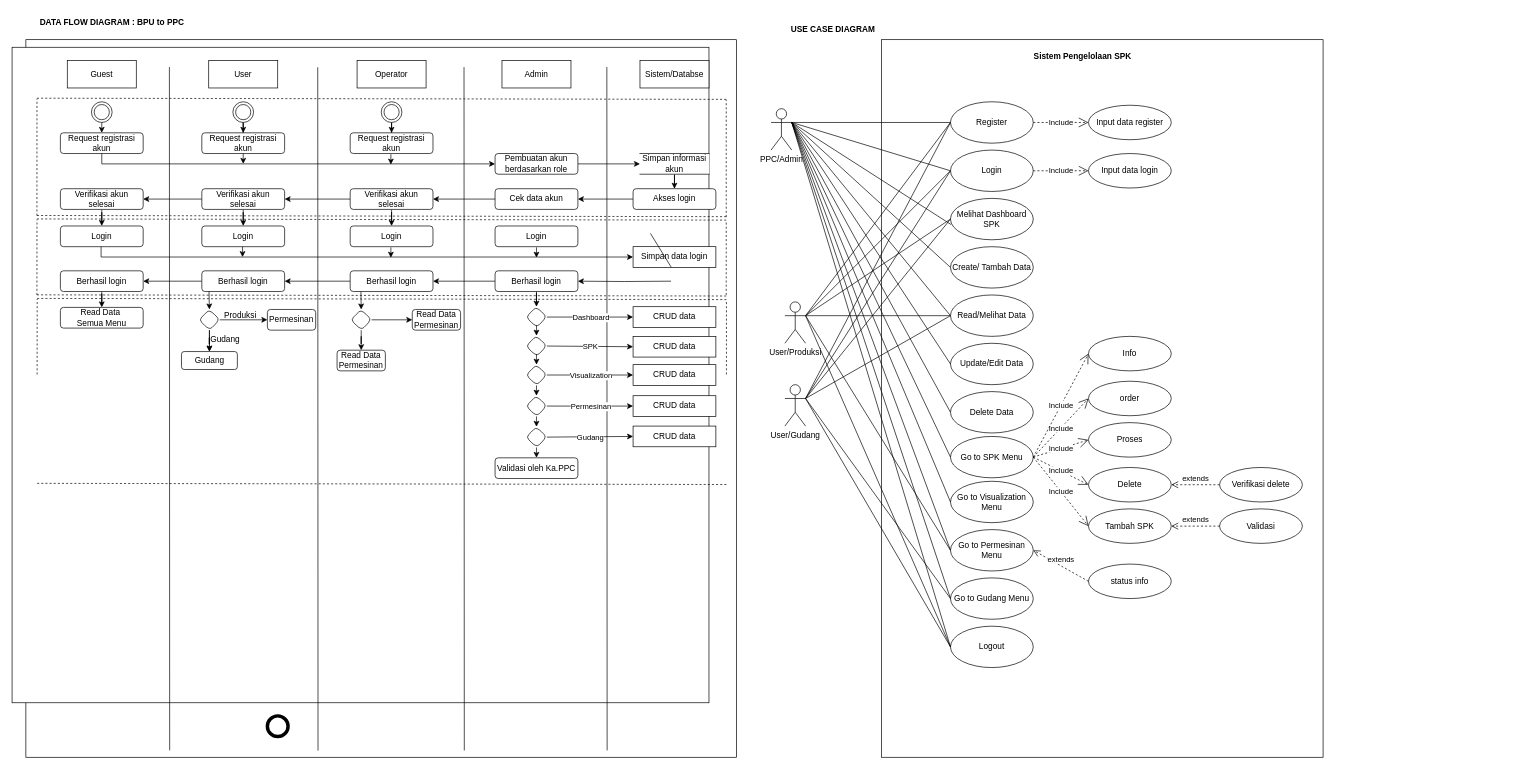
Before: UCD progres rev.drawio in rdhst/ena-me-project, a draw.io diagram. Source tidied: cells renumbered, new cells numbered last; positions are measured from the earlier drawing's top-left corner, leaving out a move shared by most shapes. Both pictures are drawn from the tidied source at 69%, with x=0, y=0 at pixel (12, 12).
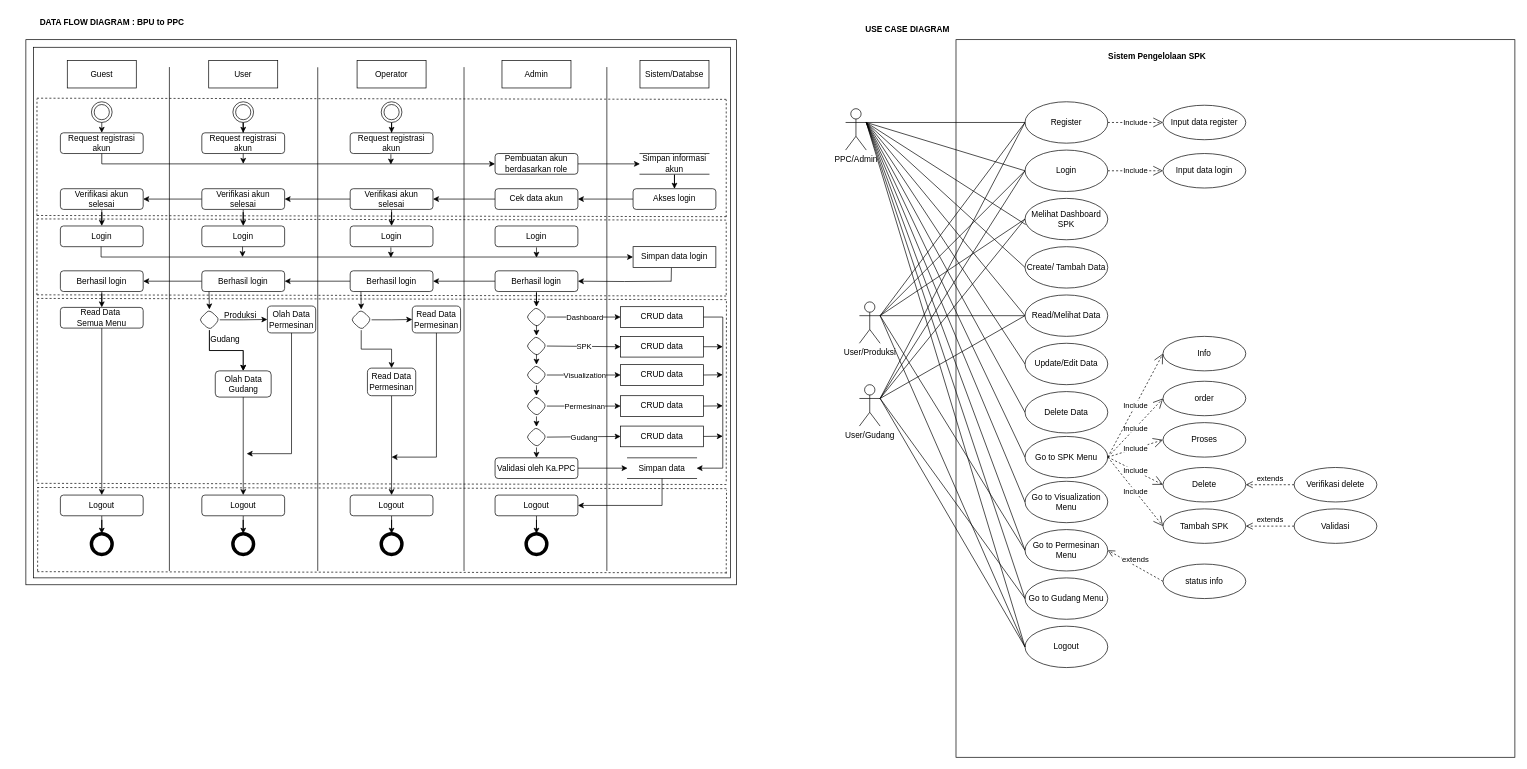
The same page after the edit.

Unchanged cells that the change refers to:
```xml
<mxCell id="121" value="Simpan data login" style="rounded=0;whiteSpace=wrap;html=1;" parent="1" vertex="1">
  <mxGeometry x="900" y="340" width="120" height="30" as="geometry" />
</mxCell>
<mxCell id="163" value="Validasi oleh Ka.PPC" style="rounded=1;whiteSpace=wrap;html=1;" parent="1" vertex="1">
  <mxGeometry x="700" y="646" width="120" height="30" as="geometry" />
</mxCell>
<mxCell id="164" value="Read Data&amp;nbsp;&lt;div&gt;Semua Menu&lt;/div&gt;" style="rounded=1;whiteSpace=wrap;html=1;" parent="1" vertex="1">
  <mxGeometry x="70" y="428" width="120" height="30" as="geometry" />
</mxCell>
```

The edit, as a diff of the source:
```diff
@@
     <mxCell id="2" style="rounded=0;whiteSpace=wrap;html=1;" parent="1" vertex="1">
-      <mxGeometry x="1260" y="40" width="640" height="1040" as="geometry" />
+      <mxGeometry x="1368" y="40" width="810" height="1040" as="geometry" />
     </mxCell>
     <mxCell id="3" value="USE CASE DIAGRAM" style="text;html=1;align=center;verticalAlign=middle;whiteSpace=wrap;rounded=0;fontStyle=1;" parent="1" vertex="1">
-      <mxGeometry x="1120" y="10" width="140" height="30" as="geometry" />
+      <mxGeometry x="1228" y="10" width="140" height="30" as="geometry" />
     </mxCell>
     <mxCell id="4" value="PPC/Admin" style="shape=umlActor;verticalLabelPosition=bottom;verticalAlign=top;html=1;outlineConnect=0;" parent="1" vertex="1">
-      <mxGeometry x="1100" y="140" width="30" height="60" as="geometry" />
+      <mxGeometry x="1208" y="140" width="30" height="60" as="geometry" />
     </mxCell>
     <mxCell id="5" value="&amp;nbsp;Sistem Pengelolaan SPK" style="text;html=1;align=center;verticalAlign=middle;whiteSpace=wrap;rounded=0;fontStyle=1;" parent="1" vertex="1">
-      <mxGeometry x="1460" y="50" width="180" height="30" as="geometry" />
+      <mxGeometry x="1568" y="50" width="180" height="30" as="geometry" />
     </mxCell>
     <mxCell id="6" value="Login" style="ellipse;whiteSpace=wrap;html=1;" parent="1" vertex="1">
-      <mxGeometry x="1360" y="200" width="120" height="60" as="geometry" />
+      <mxGeometry x="1468" y="200" width="120" height="60" as="geometry" />
     </mxCell>
     <mxCell id="7" value="Input data login" style="ellipse;whiteSpace=wrap;html=1;" parent="1" vertex="1">
-      <mxGeometry x="1560" y="205" width="120" height="50" as="geometry" />
+      <mxGeometry x="1668" y="205" width="120" height="50" as="geometry" />
     </mxCell>
     <mxCell id="8" value="Register" style="ellipse;whiteSpace=wrap;html=1;" parent="1" vertex="1">
-      <mxGeometry x="1360" y="130" width="120" height="60" as="geometry" />
+      <mxGeometry x="1468" y="130" width="120" height="60" as="geometry" />
     </mxCell>
     <mxCell id="9" value="Melihat Dashboard SPK" style="ellipse;whiteSpace=wrap;html=1;" parent="1" vertex="1">
-      <mxGeometry x="1360" y="270" width="120" height="60" as="geometry" />
+      <mxGeometry x="1468" y="270" width="120" height="60" as="geometry" />
     </mxCell>
     <mxCell id="10" value="Create/ Tambah Data" style="ellipse;whiteSpace=wrap;html=1;" parent="1" vertex="1">
-      <mxGeometry x="1360" y="340" width="120" height="60" as="geometry" />
+      <mxGeometry x="1468" y="340" width="120" height="60" as="geometry" />
     </mxCell>
     <mxCell id="11" value="Logout" style="ellipse;whiteSpace=wrap;html=1;" parent="1" vertex="1">
-      <mxGeometry x="1360" y="890" width="120" height="60" as="geometry" />
+      <mxGeometry x="1468" y="890" width="120" height="60" as="geometry" />
     </mxCell>
     <mxCell id="12" value="Read/Melihat Data" style="ellipse;whiteSpace=wrap;html=1;" parent="1" vertex="1">
-      <mxGeometry x="1360" y="410" width="120" height="60" as="geometry" />
+      <mxGeometry x="1468" y="410" width="120" height="60" as="geometry" />
     </mxCell>
     <mxCell id="13" value="Update/Edit Data" style="ellipse;whiteSpace=wrap;html=1;" parent="1" vertex="1">
-      <mxGeometry x="1360" y="480" width="120" height="60" as="geometry" />
+      <mxGeometry x="1468" y="480" width="120" height="60" as="geometry" />
     </mxCell>
     <mxCell id="14" value="Delete Data" style="ellipse;whiteSpace=wrap;html=1;" parent="1" vertex="1">
-      <mxGeometry x="1360" y="550" width="120" height="60" as="geometry" />
+      <mxGeometry x="1468" y="550" width="120" height="60" as="geometry" />
     </mxCell>
     <mxCell id="15" value="Go to SPK Menu" style="ellipse;whiteSpace=wrap;html=1;" parent="1" vertex="1">
-      <mxGeometry x="1360" y="615" width="120" height="60" as="geometry" />
+      <mxGeometry x="1468" y="615" width="120" height="60" as="geometry" />
     </mxCell>
     <mxCell id="16" value="Go to Visualization Menu" style="ellipse;whiteSpace=wrap;html=1;" parent="1" vertex="1">
-      <mxGeometry x="1360" y="680" width="120" height="60" as="geometry" />
+      <mxGeometry x="1468" y="680" width="120" height="60" as="geometry" />
     </mxCell>
     <mxCell id="17" value="Go to Permesinan Menu" style="ellipse;whiteSpace=wrap;html=1;" parent="1" vertex="1">
-      <mxGeometry x="1360" y="750" width="120" height="60" as="geometry" />
+      <mxGeometry x="1468" y="750" width="120" height="60" as="geometry" />
     </mxCell>
     <mxCell id="18" value="Go to Gudang Menu" style="ellipse;whiteSpace=wrap;html=1;" parent="1" vertex="1">
-      <mxGeometry x="1360" y="820" width="120" height="60" as="geometry" />
+      <mxGeometry x="1468" y="820" width="120" height="60" as="geometry" />
     </mxCell>
     <mxCell id="19" value="Input data register" style="ellipse;whiteSpace=wrap;html=1;" parent="1" vertex="1">
-      <mxGeometry x="1560" y="135" width="120" height="50" as="geometry" />
+      <mxGeometry x="1668" y="135" width="120" height="50" as="geometry" />
     </mxCell>
@@
     <mxCell id="34" value="User/Produksi" style="shape=umlActor;verticalLabelPosition=bottom;verticalAlign=top;html=1;" parent="1" vertex="1">
-      <mxGeometry x="1120" y="420" width="30" height="60" as="geometry" />
+      <mxGeometry x="1228" y="420" width="30" height="60" as="geometry" />
     </mxCell>
@@
     <mxCell id="41" value="User/Gudang" style="shape=umlActor;verticalLabelPosition=bottom;verticalAlign=top;html=1;" parent="1" vertex="1">
-      <mxGeometry x="1120" y="540" width="30" height="60" as="geometry" />
+      <mxGeometry x="1228" y="540" width="30" height="60" as="geometry" />
     </mxCell>
@@
     <mxCell id="48" value="order" style="ellipse;whiteSpace=wrap;html=1;" parent="1" vertex="1">
-      <mxGeometry x="1560" y="535" width="120" height="50" as="geometry" />
+      <mxGeometry x="1668" y="535" width="120" height="50" as="geometry" />
     </mxCell>
     <mxCell id="49" value="Include" style="endArrow=open;endSize=12;dashed=1;html=1;rounded=0;exitX=1;exitY=0.5;exitDx=0;exitDy=0;entryX=0;entryY=0.5;entryDx=0;entryDy=0;" parent="1" edge="1" target="48">
       <mxGeometry relative="1" as="geometry">
-        <mxPoint x="1480" y="645" as="sourcePoint" />
+        <mxPoint x="1588" y="645" as="sourcePoint" />
       </mxGeometry>
     </mxCell>
     <mxCell id="50" value="Proses" style="ellipse;whiteSpace=wrap;html=1;" parent="1" vertex="1">
-      <mxGeometry x="1560" y="595" width="120" height="50" as="geometry" />
+      <mxGeometry x="1668" y="595" width="120" height="50" as="geometry" />
     </mxCell>
@@
     <mxCell id="52" value="Info" style="ellipse;whiteSpace=wrap;html=1;" parent="1" vertex="1">
-      <mxGeometry x="1560" y="470" width="120" height="50" as="geometry" />
+      <mxGeometry x="1668" y="470" width="120" height="50" as="geometry" />
     </mxCell>
@@
     <mxCell id="54" value="Delete" style="ellipse;whiteSpace=wrap;html=1;" parent="1" vertex="1">
-      <mxGeometry x="1560" y="660" width="120" height="50" as="geometry" />
+      <mxGeometry x="1668" y="660" width="120" height="50" as="geometry" />
     </mxCell>
@@
     <mxCell id="56" value="Tambah SPK" style="ellipse;whiteSpace=wrap;html=1;" parent="1" vertex="1">
-      <mxGeometry x="1560" y="720" width="120" height="50" as="geometry" />
+      <mxGeometry x="1668" y="720" width="120" height="50" as="geometry" />
     </mxCell>
@@
     <mxCell id="58" value="Validasi" style="ellipse;whiteSpace=wrap;html=1;" parent="1" vertex="1">
-      <mxGeometry x="1750" y="720" width="120" height="50" as="geometry" />
+      <mxGeometry x="1858" y="720" width="120" height="50" as="geometry" />
     </mxCell>
@@
     <mxCell id="60" value="status info" style="ellipse;whiteSpace=wrap;html=1;" parent="1" vertex="1">
-      <mxGeometry x="1560" y="800" width="120" height="50" as="geometry" />
+      <mxGeometry x="1668" y="800" width="120" height="50" as="geometry" />
     </mxCell>
@@
     <mxCell id="62" value="Verifikasi delete" style="ellipse;whiteSpace=wrap;html=1;" parent="1" vertex="1">
-      <mxGeometry x="1750" y="660" width="120" height="50" as="geometry" />
+      <mxGeometry x="1858" y="660" width="120" height="50" as="geometry" />
     </mxCell>
@@
     <mxCell id="65" style="rounded=0;whiteSpace=wrap;html=1;" parent="1" vertex="1">
-      <mxGeometry x="20" y="40" width="1030" height="1040" as="geometry" />
+      <mxGeometry x="20" y="40" width="1030" height="790" as="geometry" />
     </mxCell>
     <mxCell id="66" style="rounded=0;whiteSpace=wrap;html=1;" parent="1" vertex="1">
-      <mxGeometry y="51" width="1010" height="950" as="geometry" />
+      <mxGeometry x="31" y="51" width="1010" height="769" as="geometry" />
     </mxCell>
@@
     <mxCell id="70" style="shape=ellipse;html=1;dashed=0;whiteSpace=wrap;strokeWidth=5;perimeter=ellipsePerimeter;" parent="1" vertex="1">
-      <mxGeometry x="370" y="1020" width="30" height="30" as="geometry" />
+      <mxGeometry x="115" y="756" width="30" height="30" as="geometry" />
     </mxCell>
@@
     <mxCell id="73" style="endArrow=none;html=1;rounded=0;entryX=0.289;entryY=0.067;entryDx=0;entryDy=0;entryPerimeter=0;" parent="1" edge="1">
       <mxGeometry relative="1" as="geometry">
-        <mxPoint x="443.4" y="1070.3" as="sourcePoint" />
+        <mxPoint x="443" y="810" as="sourcePoint" />
         <mxPoint x="443" y="80" as="targetPoint" />
       </mxGeometry>
     </mxCell>
     <mxCell id="74" style="endArrow=none;html=1;rounded=0;entryX=0.289;entryY=0.067;entryDx=0;entryDy=0;entryPerimeter=0;" parent="1" edge="1">
       <mxGeometry relative="1" as="geometry">
-        <mxPoint x="862.4" y="1070" as="sourcePoint" />
+        <mxPoint x="862" y="810" as="sourcePoint" />
         <mxPoint x="862" y="79.7" as="targetPoint" />
       </mxGeometry>
     </mxCell>
@@
     <mxCell id="76" style="endArrow=none;html=1;rounded=0;entryX=0.289;entryY=0.067;entryDx=0;entryDy=0;entryPerimeter=0;" parent="1" edge="1">
       <mxGeometry relative="1" as="geometry">
-        <mxPoint x="655.4" y="1070.2" as="sourcePoint" />
+        <mxPoint x="655" y="810" as="sourcePoint" />
         <mxPoint x="655" y="79.8" as="targetPoint" />
       </mxGeometry>
     </mxCell>
@@
     <mxCell id="78" style="endArrow=none;html=1;rounded=0;entryX=0.289;entryY=0.067;entryDx=0;entryDy=0;entryPerimeter=0;" parent="1" edge="1">
       <mxGeometry relative="1" as="geometry">
-        <mxPoint x="228.4" y="1070" as="sourcePoint" />
+        <mxPoint x="228" y="810" as="sourcePoint" />
         <mxPoint x="228" y="79.7" as="targetPoint" />
       </mxGeometry>
     </mxCell>
@@
-    <mxCell id="126" style="endArrow=none;html=1;rounded=0;entryX=0.46;entryY=0.987;entryDx=0;entryDy=0;entryPerimeter=0;exitX=0.916;exitY=0.284;exitDx=0;exitDy=0;exitPerimeter=0;" parent="1" edge="1" source="66" target="121">
-      <mxGeometry relative="1" as="geometry" />
+    <mxCell id="126" style="endArrow=none;html=1;rounded=0;entryX=0.46;entryY=0.987;entryDx=0;entryDy=0;entryPerimeter=0;exitX=0.463;exitY=1.027;exitDx=0;exitDy=0;exitPerimeter=0;" parent="1" edge="1" source="121">
+      <mxGeometry relative="1" as="geometry">
+        <mxPoint x="955.2" y="390.6" as="targetPoint" />
+      </mxGeometry>
     </mxCell>
@@
     <mxCell id="134" style="endArrow=none;dashed=1;html=1;rounded=0;entryX=0.01;entryY=0.011;entryDx=0;entryDy=0;entryPerimeter=0;" parent="1" edge="1">
       <mxGeometry relative="1" as="geometry">
-        <mxPoint x="36.3" y="525.2" as="sourcePoint" />
+        <mxPoint x="36" y="680" as="sourcePoint" />
         <mxPoint x="36.4" y="415.7" as="targetPoint" />
       </mxGeometry>
     </mxCell>
     <mxCell id="135" style="endArrow=none;dashed=1;html=1;rounded=0;entryX=0.01;entryY=0.011;entryDx=0;entryDy=0;entryPerimeter=0;" parent="1" edge="1">
       <mxGeometry relative="1" as="geometry">
-        <mxPoint x="1035.3" y="525.2" as="sourcePoint" />
+        <mxPoint x="1035" y="680" as="sourcePoint" />
         <mxPoint x="1035.3" y="417.2" as="targetPoint" />
       </mxGeometry>
     </mxCell>
@@
     <mxCell id="141" value="CRUD data" style="rounded=0;whiteSpace=wrap;html=1;" parent="1" vertex="1">
-      <mxGeometry x="900" y="427" width="120" height="30" as="geometry" />
+      <mxGeometry x="882" y="427" width="120" height="30" as="geometry" />
     </mxCell>
@@
     <mxCell id="144" value="CRUD data" style="rounded=0;whiteSpace=wrap;html=1;" parent="1" vertex="1">
-      <mxGeometry x="900" y="470" width="120" height="30" as="geometry" />
+      <mxGeometry x="882" y="470" width="120" height="30" as="geometry" />
     </mxCell>
@@
     <mxCell id="152" value="CRUD data" style="rounded=0;whiteSpace=wrap;html=1;" parent="1" vertex="1">
-      <mxGeometry x="900" y="511" width="120" height="30" as="geometry" />
+      <mxGeometry x="882" y="511" width="120" height="30" as="geometry" />
     </mxCell>
@@
     <mxCell id="156" value="CRUD data" style="rounded=0;whiteSpace=wrap;html=1;" parent="1" vertex="1">
-      <mxGeometry x="900" y="556" width="120" height="30" as="geometry" />
+      <mxGeometry x="882" y="556" width="120" height="30" as="geometry" />
     </mxCell>
@@
     <mxCell id="161" value="CRUD data" style="rounded=0;whiteSpace=wrap;html=1;" parent="1" vertex="1">
-      <mxGeometry x="900" y="600" width="120" height="30" as="geometry" />
+      <mxGeometry x="882" y="600" width="120" height="30" as="geometry" />
     </mxCell>
@@
+    <mxCell id="181" style="edgeStyle=orthogonalEdgeStyle;rounded=0;jettySize=auto;html=1;" parent="1" edge="1" source="163" target="195">
+      <mxGeometry relative="1" as="geometry" />
+    </mxCell>
@@
+    <mxCell id="182" style="edgeStyle=orthogonalEdgeStyle;rounded=0;jettySize=auto;html=1;" parent="1" edge="1" source="164" target="186">
+      <mxGeometry relative="1" as="geometry" />
+    </mxCell>
@@
+    <mxCell id="183" style="edgeStyle=orthogonalEdgeStyle;rounded=0;jettySize=auto;html=1;" parent="1" edge="1" source="169" target="188">
+      <mxGeometry relative="1" as="geometry" />
+    </mxCell>
-    <mxCell id="169" value="Gudang" style="whiteSpace=wrap;html=1;rounded=1;" parent="1" vertex="1">
-      <mxGeometry x="245.5" y="492" width="81" height="26" as="geometry" />
+    <mxCell id="169" value="Olah Data Gudang" style="whiteSpace=wrap;html=1;rounded=1;" parent="1" vertex="1">
+      <mxGeometry x="294.5" y="520" width="81" height="38" as="geometry" />
     </mxCell>
-    <mxCell id="170" value="Permesinan" style="whiteSpace=wrap;html=1;rounded=1;" parent="1" vertex="1">
-      <mxGeometry x="370" y="431" width="70" height="30" as="geometry" />
+    <mxCell id="170" value="Olah Data Permesinan" style="whiteSpace=wrap;html=1;rounded=1;" parent="1" vertex="1">
+      <mxGeometry x="370" y="426" width="70" height="39" as="geometry" />
     </mxCell>
@@
     <mxCell id="179" value="Read Data Permesinan" style="whiteSpace=wrap;html=1;rounded=1;" parent="1" vertex="1">
-      <mxGeometry x="580" y="431" width="70" height="30" as="geometry" />
+      <mxGeometry x="580" y="426" width="70" height="39" as="geometry" />
     </mxCell>
+    <mxCell id="184" style="edgeStyle=orthogonalEdgeStyle;rounded=0;jettySize=auto;html=1;" parent="1" edge="1" source="180" target="190">
+      <mxGeometry relative="1" as="geometry" />
+    </mxCell>
     <mxCell id="180" value="Read Data Permesinan" style="whiteSpace=wrap;html=1;rounded=1;" parent="1" vertex="1">
-      <mxGeometry x="471" y="490" width="70" height="30" as="geometry" />
+      <mxGeometry x="515" y="516" width="70" height="40" as="geometry" />
     </mxCell>
+    <mxCell id="185" style="edgeStyle=orthogonalEdgeStyle;rounded=0;jettySize=auto;html=1;" parent="1" edge="1" source="186" target="70">
+      <mxGeometry relative="1" as="geometry" />
+    </mxCell>
+    <mxCell id="186" value="Logout" style="rounded=1;whiteSpace=wrap;html=1;" parent="1" vertex="1">
+      <mxGeometry x="70" y="700" width="120" height="30" as="geometry" />
+    </mxCell>
+    <mxCell id="187" style="edgeStyle=orthogonalEdgeStyle;rounded=0;jettySize=auto;html=1;" parent="1" edge="1" source="188" target="202">
+      <mxGeometry relative="1" as="geometry" />
+    </mxCell>
+    <mxCell id="188" value="Logout" style="rounded=1;whiteSpace=wrap;html=1;" parent="1" vertex="1">
+      <mxGeometry x="275" y="700" width="120" height="30" as="geometry" />
+    </mxCell>
+    <mxCell id="189" style="edgeStyle=orthogonalEdgeStyle;rounded=0;jettySize=auto;html=1;" parent="1" edge="1" source="190" target="203">
+      <mxGeometry relative="1" as="geometry" />
+    </mxCell>
+    <mxCell id="190" value="Logout" style="rounded=1;whiteSpace=wrap;html=1;" parent="1" vertex="1">
+      <mxGeometry x="490" y="700" width="120" height="30" as="geometry" />
+    </mxCell>
+    <mxCell id="191" style="edgeStyle=orthogonalEdgeStyle;rounded=0;jettySize=auto;html=1;" parent="1" edge="1" source="192" target="204">
+      <mxGeometry relative="1" as="geometry" />
+    </mxCell>
+    <mxCell id="192" value="Logout" style="rounded=1;whiteSpace=wrap;html=1;" parent="1" vertex="1">
+      <mxGeometry x="700" y="700" width="120" height="30" as="geometry" />
+    </mxCell>
+    <mxCell id="193" style="endArrow=classic;html=1;rounded=0;exitX=0.5;exitY=1;exitDx=0;exitDy=0;" parent="1" edge="1" source="170">
+      <mxGeometry relative="1" as="geometry">
+        <mxPoint x="340" y="640" as="targetPoint" />
+        <Array as="points">
+          <mxPoint x="405" y="640" />
+          <mxPoint x="340" y="640" />
+        </Array>
+      </mxGeometry>
+    </mxCell>
+    <mxCell id="194" style="endArrow=classic;html=1;rounded=0;exitX=0.5;exitY=1;exitDx=0;exitDy=0;" parent="1" edge="1">
+      <mxGeometry relative="1" as="geometry">
+        <mxPoint x="615" y="465" as="sourcePoint" />
+        <mxPoint x="550" y="645" as="targetPoint" />
+        <Array as="points">
+          <mxPoint x="615" y="645" />
+          <mxPoint x="550" y="645" />
+        </Array>
+      </mxGeometry>
+    </mxCell>
+    <mxCell id="195" value="Simpan data" style="html=1;dashed=0;whiteSpace=wrap;shape=partialRectangle;right=0;left=0;" parent="1" vertex="1">
+      <mxGeometry x="892" y="646" width="100" height="30" as="geometry" />
+    </mxCell>
+    <mxCell id="196" style="endArrow=classic;html=1;rounded=0;exitX=1;exitY=0.5;exitDx=0;exitDy=0;entryX=1;entryY=0.5;entryDx=0;entryDy=0;" parent="1" edge="1" source="141" target="195">
+      <mxGeometry relative="1" as="geometry">
+        <Array as="points">
+          <mxPoint x="1030" y="442" />
+          <mxPoint x="1030" y="661" />
+        </Array>
+      </mxGeometry>
+    </mxCell>
+    <mxCell id="197" style="endArrow=classic;html=1;rounded=0;exitX=1;exitY=0.5;exitDx=0;exitDy=0;" parent="1" edge="1" source="144">
+      <mxGeometry relative="1" as="geometry">
+        <mxPoint x="1030" y="485" as="targetPoint" />
+      </mxGeometry>
+    </mxCell>
+    <mxCell id="198" style="endArrow=classic;html=1;rounded=0;exitX=1;exitY=0.5;exitDx=0;exitDy=0;" parent="1" edge="1" source="152">
+      <mxGeometry relative="1" as="geometry">
+        <mxPoint x="1030" y="525.7" as="targetPoint" />
+      </mxGeometry>
+    </mxCell>
+    <mxCell id="199" style="endArrow=classic;html=1;rounded=0;exitX=1;exitY=0.5;exitDx=0;exitDy=0;" parent="1" edge="1">
+      <mxGeometry relative="1" as="geometry">
+        <mxPoint x="1002" y="571" as="sourcePoint" />
+        <mxPoint x="1030" y="570.7" as="targetPoint" />
+      </mxGeometry>
+    </mxCell>
+    <mxCell id="200" style="endArrow=classic;html=1;rounded=0;exitX=1;exitY=0.5;exitDx=0;exitDy=0;" parent="1" edge="1">
+      <mxGeometry relative="1" as="geometry">
+        <mxPoint x="1002" y="615" as="sourcePoint" />
+        <mxPoint x="1030" y="614.7" as="targetPoint" />
+      </mxGeometry>
+    </mxCell>
+    <mxCell id="201" style="endArrow=classic;html=1;rounded=0;entryX=1;entryY=0.5;entryDx=0;entryDy=0;exitX=0.5;exitY=1;exitDx=0;exitDy=0;" parent="1" edge="1" source="195" target="192">
+      <mxGeometry relative="1" as="geometry">
+        <Array as="points">
+          <mxPoint x="942" y="715" />
+        </Array>
+      </mxGeometry>
+    </mxCell>
+    <mxCell id="202" style="shape=ellipse;html=1;dashed=0;whiteSpace=wrap;strokeWidth=5;perimeter=ellipsePerimeter;" parent="1" vertex="1">
+      <mxGeometry x="320" y="756" width="30" height="30" as="geometry" />
+    </mxCell>
+    <mxCell id="203" style="shape=ellipse;html=1;dashed=0;whiteSpace=wrap;strokeWidth=5;perimeter=ellipsePerimeter;" parent="1" vertex="1">
+      <mxGeometry x="535" y="756" width="30" height="30" as="geometry" />
+    </mxCell>
+    <mxCell id="204" style="shape=ellipse;html=1;dashed=0;whiteSpace=wrap;strokeWidth=5;perimeter=ellipsePerimeter;" parent="1" vertex="1">
+      <mxGeometry x="745" y="756" width="30" height="30" as="geometry" />
+    </mxCell>
+    <mxCell id="205" style="endArrow=none;dashed=1;html=1;rounded=0;exitX=0.99;exitY=0.011;exitDx=0;exitDy=0;exitPerimeter=0;entryX=0;entryY=0.184;entryDx=0;entryDy=0;entryPerimeter=0;" parent="1" edge="1">
+      <mxGeometry relative="1" as="geometry">
+        <mxPoint x="1035.3" y="690.7" as="sourcePoint" />
+        <mxPoint x="34.3" y="689" as="targetPoint" />
+      </mxGeometry>
+    </mxCell>
+    <mxCell id="206" style="endArrow=none;dashed=1;html=1;rounded=0;entryX=0.01;entryY=0.011;entryDx=0;entryDy=0;entryPerimeter=0;" parent="1" edge="1">
+      <mxGeometry relative="1" as="geometry">
+        <mxPoint x="37" y="810" as="sourcePoint" />
+        <mxPoint x="37.4" y="688.7" as="targetPoint" />
+      </mxGeometry>
+    </mxCell>
+    <mxCell id="207" style="endArrow=none;dashed=1;html=1;rounded=0;entryX=0.01;entryY=0.011;entryDx=0;entryDy=0;entryPerimeter=0;" parent="1" edge="1">
+      <mxGeometry relative="1" as="geometry">
+        <mxPoint x="1035" y="813.7" as="sourcePoint" />
+        <mxPoint x="1035.4" y="692.3" as="targetPoint" />
+      </mxGeometry>
+    </mxCell>
+    <mxCell id="208" style="endArrow=none;dashed=1;html=1;rounded=0;exitX=0.99;exitY=0.011;exitDx=0;exitDy=0;exitPerimeter=0;entryX=0;entryY=0.184;entryDx=0;entryDy=0;entryPerimeter=0;" parent="1" edge="1">
+      <mxGeometry relative="1" as="geometry">
+        <mxPoint x="1035.5" y="812.7" as="sourcePoint" />
+        <mxPoint x="34.5" y="811" as="targetPoint" />
+      </mxGeometry>
+    </mxCell>
```
